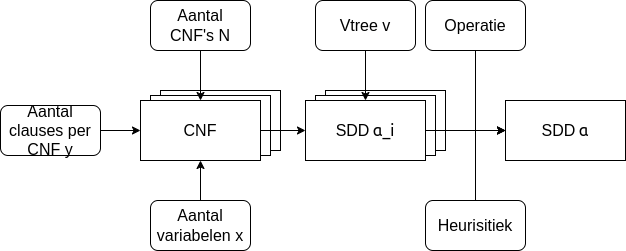
This is figs/other_figs/SDD experiment diagram.png from GijsVliegen/thesis, a draw.io export, as it was before one commit. Source tidied: cells renumbered, new cells last; positions are measured from the earlier drawing's top-left corner, leaving out a move shared by most shapes. Its diagram source:
```xml
<mxGraphModel>
  <root>
    <mxCell id="0" />
    <mxCell id="1" parent="0" />
    <mxCell id="2" value="SDD" style="rounded=0;whiteSpace=wrap;html=1;" parent="1" vertex="1">
      <mxGeometry x="325" y="90" width="120" height="60" as="geometry" />
    </mxCell>
    <mxCell id="3" value="SDD" style="rounded=0;whiteSpace=wrap;html=1;" parent="1" vertex="1">
      <mxGeometry x="315" y="95" width="120" height="60" as="geometry" />
    </mxCell>
    <mxCell id="4" value="CNF" style="rounded=0;whiteSpace=wrap;html=1;" parent="1" vertex="1">
      <mxGeometry x="160" y="90" width="120" height="60" as="geometry" />
    </mxCell>
    <mxCell id="5" value="CNF" style="rounded=0;whiteSpace=wrap;html=1;" parent="1" vertex="1">
      <mxGeometry x="150" y="95" width="120" height="60" as="geometry" />
    </mxCell>
    <mxCell id="6" style="edgeStyle=orthogonalEdgeStyle;rounded=0;jettySize=auto;html=1;exitX=1;exitY=0.5;exitDx=0;exitDy=0;entryX=0;entryY=0.5;entryDx=0;entryDy=0;" parent="1" edge="1" source="7" target="15">
      <mxGeometry relative="1" as="geometry" />
    </mxCell>
    <mxCell id="7" value="&lt;font style=&quot;font-size: 16px;&quot;&gt;CNF&lt;/font&gt;" style="rounded=0;whiteSpace=wrap;html=1;" parent="1" vertex="1">
      <mxGeometry x="140" y="100" width="120" height="60" as="geometry" />
    </mxCell>
    <mxCell id="8" style="edgeStyle=orthogonalEdgeStyle;rounded=0;jettySize=auto;html=1;exitX=0.5;exitY=1;exitDx=0;exitDy=0;entryX=0.5;entryY=0;entryDx=0;entryDy=0;" parent="1" edge="1" source="9" target="7">
      <mxGeometry relative="1" as="geometry" />
    </mxCell>
    <mxCell id="9" value="&lt;font style=&quot;font-size: 16px;&quot;&gt;Aantal CNF's&amp;nbsp;&lt;span style=&quot;background-color: initial;&quot;&gt;N&lt;/span&gt;&lt;/font&gt;" style="rounded=1;whiteSpace=wrap;html=1;gradientColor=none;fillColor=default;" parent="1" vertex="1">
      <mxGeometry x="150" width="100" height="50" as="geometry" />
    </mxCell>
    <mxCell id="10" style="edgeStyle=orthogonalEdgeStyle;rounded=0;jettySize=auto;html=1;exitX=1;exitY=0.5;exitDx=0;exitDy=0;entryX=0;entryY=0.5;entryDx=0;entryDy=0;" parent="1" edge="1" source="11" target="7">
      <mxGeometry relative="1" as="geometry" />
    </mxCell>
    <mxCell id="11" value="&lt;font style=&quot;font-size: 16px;&quot;&gt;Aantal clauses per CNF y&lt;/font&gt;" style="rounded=1;whiteSpace=wrap;html=1;" parent="1" vertex="1">
      <mxGeometry y="105" width="100" height="50" as="geometry" />
    </mxCell>
    <mxCell id="12" style="edgeStyle=orthogonalEdgeStyle;rounded=0;jettySize=auto;html=1;exitX=0.5;exitY=0;exitDx=0;exitDy=0;entryX=0.5;entryY=1;entryDx=0;entryDy=0;" parent="1" edge="1" source="13" target="7">
      <mxGeometry relative="1" as="geometry" />
    </mxCell>
    <mxCell id="13" value="&lt;font style=&quot;font-size: 16px;&quot;&gt;Aantal variabelen x&lt;/font&gt;" style="rounded=1;whiteSpace=wrap;html=1;" parent="1" vertex="1">
      <mxGeometry x="150" y="200" width="100" height="50" as="geometry" />
    </mxCell>
    <mxCell id="14" style="edgeStyle=orthogonalEdgeStyle;rounded=0;jettySize=auto;html=1;exitX=1;exitY=0.5;exitDx=0;exitDy=0;entryX=0;entryY=0.5;entryDx=0;entryDy=0;" parent="1" edge="1" source="15" target="16">
      <mxGeometry relative="1" as="geometry" />
    </mxCell>
    <mxCell id="15" value="&lt;font style=&quot;font-size: 16px;&quot;&gt;SDD&lt;/font&gt;&amp;nbsp;&lt;span style=&quot;font-family: Söhne, ui-sans-serif, system-ui, -apple-system, &amp;quot;Segoe UI&amp;quot;, Roboto, Ubuntu, Cantarell, &amp;quot;Noto Sans&amp;quot;, sans-serif, &amp;quot;Helvetica Neue&amp;quot;, Arial, &amp;quot;Apple Color Emoji&amp;quot;, &amp;quot;Segoe UI Emoji&amp;quot;, &amp;quot;Segoe UI Symbol&amp;quot;, &amp;quot;Noto Color Emoji&amp;quot;; font-size: 16px; text-align: start; white-space-collapse: preserve;&quot;&gt;α_i&lt;/span&gt;" style="rounded=0;whiteSpace=wrap;html=1;" parent="1" vertex="1">
      <mxGeometry x="305" y="100" width="120" height="60" as="geometry" />
    </mxCell>
    <mxCell id="16" value="&lt;font style=&quot;font-size: 16px;&quot;&gt;SDD&lt;/font&gt;&amp;nbsp;&lt;span style=&quot;font-family: Söhne, ui-sans-serif, system-ui, -apple-system, &amp;quot;Segoe UI&amp;quot;, Roboto, Ubuntu, Cantarell, &amp;quot;Noto Sans&amp;quot;, sans-serif, &amp;quot;Helvetica Neue&amp;quot;, Arial, &amp;quot;Apple Color Emoji&amp;quot;, &amp;quot;Segoe UI Emoji&amp;quot;, &amp;quot;Segoe UI Symbol&amp;quot;, &amp;quot;Noto Color Emoji&amp;quot;; font-size: 16px; text-align: start; white-space-collapse: preserve;&quot;&gt;α&lt;/span&gt;" style="rounded=0;whiteSpace=wrap;html=1;" parent="1" vertex="1">
      <mxGeometry x="505" y="100" width="120" height="60" as="geometry" />
    </mxCell>
    <mxCell id="17" style="edgeStyle=orthogonalEdgeStyle;rounded=0;jettySize=auto;html=1;exitX=0.5;exitY=1;exitDx=0;exitDy=0;" parent="1" edge="1" source="18">
      <mxGeometry relative="1" as="geometry">
        <mxPoint x="505" y="130" as="targetPoint" />
        <Array as="points">
          <mxPoint x="475" y="130" />
        </Array>
      </mxGeometry>
    </mxCell>
    <mxCell id="18" value="&lt;font style=&quot;font-size: 16px;&quot;&gt;Operatie&lt;/font&gt;" style="rounded=1;whiteSpace=wrap;html=1;gradientColor=none;fillColor=default;" parent="1" vertex="1">
      <mxGeometry x="425" width="100" height="50" as="geometry" />
    </mxCell>
    <mxCell id="19" style="edgeStyle=orthogonalEdgeStyle;rounded=0;jettySize=auto;html=1;exitX=0.5;exitY=0;exitDx=0;exitDy=0;entryX=0;entryY=0.5;entryDx=0;entryDy=0;" parent="1" edge="1" source="20" target="16">
      <mxGeometry relative="1" as="geometry" />
    </mxCell>
    <mxCell id="20" value="&lt;font style=&quot;font-size: 16px;&quot;&gt;Heurisitiek&lt;/font&gt;" style="rounded=1;whiteSpace=wrap;html=1;gradientColor=none;fillColor=default;" parent="1" vertex="1">
      <mxGeometry x="425" y="200" width="100" height="50" as="geometry" />
    </mxCell>
    <mxCell id="21" style="edgeStyle=orthogonalEdgeStyle;rounded=0;jettySize=auto;html=1;exitX=0.5;exitY=1;exitDx=0;exitDy=0;entryX=0.5;entryY=0;entryDx=0;entryDy=0;" parent="1" edge="1" source="22" target="15">
      <mxGeometry relative="1" as="geometry" />
    </mxCell>
    <mxCell id="22" value="&lt;font style=&quot;font-size: 16px;&quot;&gt;Vtree v&lt;/font&gt;" style="rounded=1;whiteSpace=wrap;html=1;gradientColor=none;fillColor=default;" parent="1" vertex="1">
      <mxGeometry x="315" width="100" height="50" as="geometry" />
    </mxCell>
  </root>
</mxGraphModel>
```
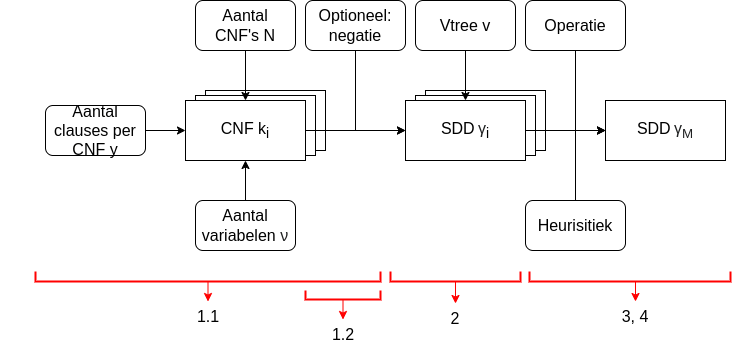
Above is the later version.

Diff of the diagram source:
```diff
@@ -9,42 +9,42 @@
       <mxGeometry x="315" y="95" width="120" height="60" as="geometry" />
     </mxCell>
     <mxCell id="4" value="CNF" style="rounded=0;whiteSpace=wrap;html=1;" parent="1" vertex="1">
-      <mxGeometry x="160" y="90" width="120" height="60" as="geometry" />
+      <mxGeometry x="105" y="90" width="120" height="60" as="geometry" />
     </mxCell>
     <mxCell id="5" value="CNF" style="rounded=0;whiteSpace=wrap;html=1;" parent="1" vertex="1">
-      <mxGeometry x="150" y="95" width="120" height="60" as="geometry" />
+      <mxGeometry x="95" y="95" width="120" height="60" as="geometry" />
     </mxCell>
     <mxCell id="6" style="edgeStyle=orthogonalEdgeStyle;rounded=0;jettySize=auto;html=1;exitX=1;exitY=0.5;exitDx=0;exitDy=0;entryX=0;entryY=0.5;entryDx=0;entryDy=0;" parent="1" edge="1" source="7" target="15">
       <mxGeometry relative="1" as="geometry" />
     </mxCell>
-    <mxCell id="7" value="&lt;font style=&quot;font-size: 16px;&quot;&gt;CNF&lt;/font&gt;" style="rounded=0;whiteSpace=wrap;html=1;" parent="1" vertex="1">
-      <mxGeometry x="140" y="100" width="120" height="60" as="geometry" />
+    <mxCell id="7" value="&lt;font style=&quot;&quot;&gt;&lt;span style=&quot;font-size: 16px;&quot;&gt;CNF &lt;/span&gt;&lt;font style=&quot;font-size: 16px;&quot;&gt;k&lt;/font&gt;&lt;sub style=&quot;&quot;&gt;&lt;font style=&quot;font-size: 14px;&quot;&gt;i&lt;/font&gt;&lt;/sub&gt;&lt;/font&gt;" style="rounded=0;whiteSpace=wrap;html=1;" parent="1" vertex="1">
+      <mxGeometry x="85" y="100" width="120" height="60" as="geometry" />
     </mxCell>
     <mxCell id="8" style="edgeStyle=orthogonalEdgeStyle;rounded=0;jettySize=auto;html=1;exitX=0.5;exitY=1;exitDx=0;exitDy=0;entryX=0.5;entryY=0;entryDx=0;entryDy=0;" parent="1" edge="1" source="9" target="7">
       <mxGeometry relative="1" as="geometry" />
     </mxCell>
     <mxCell id="9" value="&lt;font style=&quot;font-size: 16px;&quot;&gt;Aantal CNF's&amp;nbsp;&lt;span style=&quot;background-color: initial;&quot;&gt;N&lt;/span&gt;&lt;/font&gt;" style="rounded=1;whiteSpace=wrap;html=1;gradientColor=none;fillColor=default;" parent="1" vertex="1">
-      <mxGeometry x="150" width="100" height="50" as="geometry" />
+      <mxGeometry x="95" width="100" height="50" as="geometry" />
     </mxCell>
     <mxCell id="10" style="edgeStyle=orthogonalEdgeStyle;rounded=0;jettySize=auto;html=1;exitX=1;exitY=0.5;exitDx=0;exitDy=0;entryX=0;entryY=0.5;entryDx=0;entryDy=0;" parent="1" edge="1" source="11" target="7">
       <mxGeometry relative="1" as="geometry" />
     </mxCell>
     <mxCell id="11" value="&lt;font style=&quot;font-size: 16px;&quot;&gt;Aantal clauses per CNF y&lt;/font&gt;" style="rounded=1;whiteSpace=wrap;html=1;" parent="1" vertex="1">
-      <mxGeometry y="105" width="100" height="50" as="geometry" />
+      <mxGeometry x="-55" y="105" width="100" height="50" as="geometry" />
     </mxCell>
     <mxCell id="12" style="edgeStyle=orthogonalEdgeStyle;rounded=0;jettySize=auto;html=1;exitX=0.5;exitY=0;exitDx=0;exitDy=0;entryX=0.5;entryY=1;entryDx=0;entryDy=0;" parent="1" edge="1" source="13" target="7">
       <mxGeometry relative="1" as="geometry" />
     </mxCell>
-    <mxCell id="13" value="&lt;font style=&quot;font-size: 16px;&quot;&gt;Aantal variabelen x&lt;/font&gt;" style="rounded=1;whiteSpace=wrap;html=1;" parent="1" vertex="1">
-      <mxGeometry x="150" y="200" width="100" height="50" as="geometry" />
+    <mxCell id="13" value="&lt;font style=&quot;font-size: 16px;&quot;&gt;Aantal variabelen&amp;nbsp;&lt;/font&gt;&lt;span style=&quot;color: rgb(32, 33, 34); font-family: sans-serif; font-size: 16px; text-align: start; background-color: rgb(255, 255, 255);&quot;&gt;ν&lt;/span&gt;" style="rounded=1;whiteSpace=wrap;html=1;" parent="1" vertex="1">
+      <mxGeometry x="95" y="200" width="100" height="50" as="geometry" />
     </mxCell>
     <mxCell id="14" style="edgeStyle=orthogonalEdgeStyle;rounded=0;jettySize=auto;html=1;exitX=1;exitY=0.5;exitDx=0;exitDy=0;entryX=0;entryY=0.5;entryDx=0;entryDy=0;" parent="1" edge="1" source="15" target="16">
       <mxGeometry relative="1" as="geometry" />
     </mxCell>
-    <mxCell id="15" value="&lt;font style=&quot;font-size: 16px;&quot;&gt;SDD&lt;/font&gt;&amp;nbsp;&lt;span style=&quot;font-family: Söhne, ui-sans-serif, system-ui, -apple-system, &amp;quot;Segoe UI&amp;quot;, Roboto, Ubuntu, Cantarell, &amp;quot;Noto Sans&amp;quot;, sans-serif, &amp;quot;Helvetica Neue&amp;quot;, Arial, &amp;quot;Apple Color Emoji&amp;quot;, &amp;quot;Segoe UI Emoji&amp;quot;, &amp;quot;Segoe UI Symbol&amp;quot;, &amp;quot;Noto Color Emoji&amp;quot;; font-size: 16px; text-align: start; white-space-collapse: preserve;&quot;&gt;α_i&lt;/span&gt;" style="rounded=0;whiteSpace=wrap;html=1;" parent="1" vertex="1">
+    <mxCell id="15" value="&lt;font style=&quot;font-size: 16px;&quot;&gt;SDD&lt;/font&gt;&amp;nbsp;&lt;span style=&quot;color: rgb(32, 33, 34); font-family: sans-serif; font-size: 16px; text-align: start; background-color: rgb(255, 255, 255);&quot;&gt;γ&lt;/span&gt;&lt;span style=&quot;text-align: start; white-space-collapse: preserve;&quot;&gt;&lt;sub style=&quot;&quot;&gt;&lt;font style=&quot;font-size: 14px;&quot;&gt;i&lt;/font&gt;&lt;/sub&gt;&lt;/span&gt;" style="rounded=0;whiteSpace=wrap;html=1;" parent="1" vertex="1">
       <mxGeometry x="305" y="100" width="120" height="60" as="geometry" />
     </mxCell>
-    <mxCell id="16" value="&lt;font style=&quot;font-size: 16px;&quot;&gt;SDD&lt;/font&gt;&amp;nbsp;&lt;span style=&quot;font-family: Söhne, ui-sans-serif, system-ui, -apple-system, &amp;quot;Segoe UI&amp;quot;, Roboto, Ubuntu, Cantarell, &amp;quot;Noto Sans&amp;quot;, sans-serif, &amp;quot;Helvetica Neue&amp;quot;, Arial, &amp;quot;Apple Color Emoji&amp;quot;, &amp;quot;Segoe UI Emoji&amp;quot;, &amp;quot;Segoe UI Symbol&amp;quot;, &amp;quot;Noto Color Emoji&amp;quot;; font-size: 16px; text-align: start; white-space-collapse: preserve;&quot;&gt;α&lt;/span&gt;" style="rounded=0;whiteSpace=wrap;html=1;" parent="1" vertex="1">
+    <mxCell id="16" value="&lt;font style=&quot;font-size: 16px;&quot;&gt;SDD&lt;/font&gt;&amp;nbsp;&lt;span style=&quot;color: rgb(32, 33, 34); font-family: sans-serif; font-size: 16px; text-align: start; background-color: rgb(255, 255, 255);&quot;&gt;γ&lt;sub&gt;M&lt;/sub&gt;&lt;/span&gt;" style="rounded=0;whiteSpace=wrap;html=1;" parent="1" vertex="1">
       <mxGeometry x="505" y="100" width="120" height="60" as="geometry" />
     </mxCell>
     <mxCell id="17" style="edgeStyle=orthogonalEdgeStyle;rounded=0;jettySize=auto;html=1;exitX=0.5;exitY=1;exitDx=0;exitDy=0;" parent="1" edge="1" source="18">
@@ -70,5 +70,53 @@
     <mxCell id="22" value="&lt;font style=&quot;font-size: 16px;&quot;&gt;Vtree v&lt;/font&gt;" style="rounded=1;whiteSpace=wrap;html=1;gradientColor=none;fillColor=default;" parent="1" vertex="1">
       <mxGeometry x="315" width="100" height="50" as="geometry" />
     </mxCell>
+    <mxCell id="23" style="edgeStyle=orthogonalEdgeStyle;rounded=0;jettySize=auto;html=1;exitX=0.5;exitY=1;exitDx=0;exitDy=0;entryX=0;entryY=0.5;entryDx=0;entryDy=0;" parent="1" edge="1" source="24" target="15">
+      <mxGeometry relative="1" as="geometry" />
+    </mxCell>
+    <mxCell id="24" value="&lt;span style=&quot;font-size: 16px;&quot;&gt;Optioneel: negatie&lt;/span&gt;" style="rounded=1;whiteSpace=wrap;html=1;gradientColor=none;fillColor=default;" parent="1" vertex="1">
+      <mxGeometry x="205" width="100" height="50" as="geometry" />
+    </mxCell>
+    <mxCell id="25" style="edgeStyle=orthogonalEdgeStyle;rounded=0;jettySize=auto;html=1;exitX=0.5;exitY=1;exitDx=0;exitDy=0;entryX=0.5;entryY=0;entryDx=0;entryDy=0;strokeColor=#FF0000;" parent="1" edge="1" source="26" target="27">
+      <mxGeometry relative="1" as="geometry" />
+    </mxCell>
+    <mxCell id="26" style="rounded=0;whiteSpace=wrap;html=1;strokeColor=#ff0000;fillColor=none;strokeWidth=2;" parent="1" vertex="1">
+      <mxGeometry x="-65" y="261" width="345" height="20" as="geometry" />
+    </mxCell>
+    <mxCell id="27" value="&lt;font style=&quot;font-size: 16px;&quot;&gt;1.1&lt;/font&gt;" style="rounded=1;whiteSpace=wrap;html=1;strokeWidth=0;fillColor=none;strokeColor=none;" parent="1" vertex="1">
+      <mxGeometry x="82.5" y="301" width="50" height="30" as="geometry" />
+    </mxCell>
+    <mxCell id="28" style="edgeStyle=orthogonalEdgeStyle;rounded=0;jettySize=auto;html=1;exitX=0.5;exitY=1;exitDx=0;exitDy=0;entryX=0.5;entryY=0;entryDx=0;entryDy=0;strokeColor=#FF0000;" parent="1" edge="1" source="29" target="30">
+      <mxGeometry relative="1" as="geometry" />
+    </mxCell>
+    <mxCell id="29" style="rounded=0;whiteSpace=wrap;html=1;strokeColor=#ff0000;fillColor=none;strokeWidth=2;" parent="1" vertex="1">
+      <mxGeometry x="205" y="288" width="75" height="11" as="geometry" />
+    </mxCell>
+    <mxCell id="30" value="&lt;font style=&quot;font-size: 16px;&quot;&gt;1.2&lt;/font&gt;" style="rounded=1;whiteSpace=wrap;html=1;strokeWidth=0;fillColor=none;strokeColor=none;" parent="1" vertex="1">
+      <mxGeometry x="217.5" y="319" width="50" height="30" as="geometry" />
+    </mxCell>
+    <mxCell id="31" style="rounded=0;whiteSpace=wrap;html=1;strokeColor=none;fillColor=default;" parent="1" vertex="1">
+      <mxGeometry x="190" y="283" width="115" height="7" as="geometry" />
+    </mxCell>
+    <mxCell id="32" style="edgeStyle=orthogonalEdgeStyle;rounded=0;jettySize=auto;html=1;exitX=0.5;exitY=1;exitDx=0;exitDy=0;entryX=0.5;entryY=0;entryDx=0;entryDy=0;strokeColor=#FF0000;" parent="1" edge="1" source="33" target="34">
+      <mxGeometry relative="1" as="geometry" />
+    </mxCell>
+    <mxCell id="33" style="rounded=0;whiteSpace=wrap;html=1;strokeColor=#ff0000;fillColor=none;strokeWidth=2;" parent="1" vertex="1">
+      <mxGeometry x="290" y="261" width="130" height="20" as="geometry" />
+    </mxCell>
+    <mxCell id="34" value="&lt;font style=&quot;font-size: 16px;&quot;&gt;2&lt;/font&gt;" style="rounded=1;whiteSpace=wrap;html=1;strokeWidth=0;fillColor=none;strokeColor=none;" parent="1" vertex="1">
+      <mxGeometry x="330" y="303" width="50" height="30" as="geometry" />
+    </mxCell>
+    <mxCell id="35" style="edgeStyle=orthogonalEdgeStyle;rounded=0;jettySize=auto;html=1;exitX=0.5;exitY=1;exitDx=0;exitDy=0;entryX=0.5;entryY=0;entryDx=0;entryDy=0;strokeColor=#FF0000;" parent="1" edge="1" source="36" target="37">
+      <mxGeometry relative="1" as="geometry" />
+    </mxCell>
+    <mxCell id="36" style="rounded=0;whiteSpace=wrap;html=1;strokeColor=#ff0000;fillColor=none;strokeWidth=2;" parent="1" vertex="1">
+      <mxGeometry x="429" y="261" width="201" height="20" as="geometry" />
+    </mxCell>
+    <mxCell id="37" value="&lt;font style=&quot;font-size: 16px;&quot;&gt;3, 4&lt;/font&gt;" style="rounded=1;whiteSpace=wrap;html=1;strokeWidth=0;fillColor=none;strokeColor=none;" parent="1" vertex="1">
+      <mxGeometry x="510" y="301" width="50" height="30" as="geometry" />
+    </mxCell>
+    <mxCell id="38" style="rounded=0;whiteSpace=wrap;html=1;strokeColor=none;fillColor=default;" parent="1" vertex="1">
+      <mxGeometry x="-100" y="251" width="740" height="20" as="geometry" />
+    </mxCell>
   </root>
 </mxGraphModel>
```
